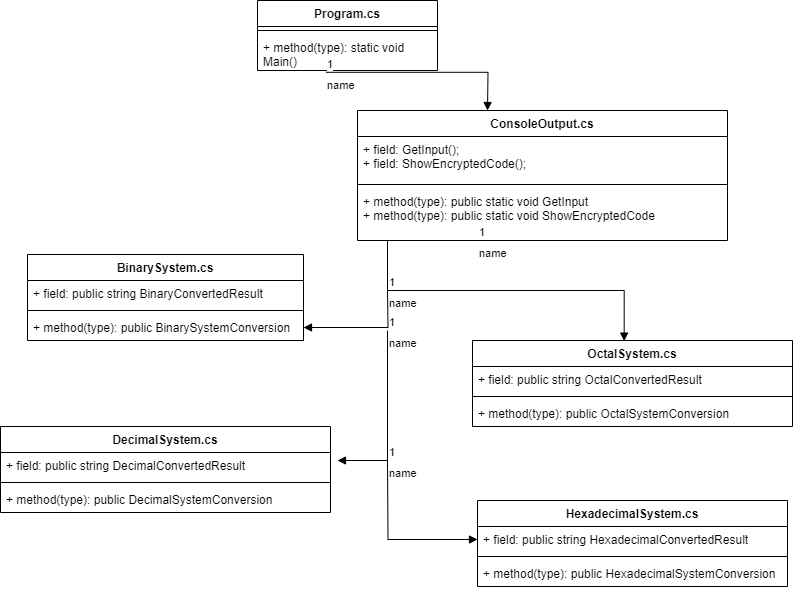
This is dif-codesystem-code-classdiagram.png from ronjanita/dif-codesystems-code, a draw.io export, as it was before one commit. Source tidied: cells renumbered, new cells last; positions are measured from the earlier drawing's top-left corner, leaving out a move shared by most shapes. Source of this version:
```xml
<mxGraphModel>
  <root>
    <mxCell id="0" />
    <mxCell id="1" parent="0" />
    <mxCell id="2" value="Program.cs" style="swimlane;fontStyle=1;align=center;verticalAlign=top;horizontal=1;startSize=26;whiteSpace=wrap;html=1;" parent="1" vertex="1">
      <mxGeometry x="257" width="180" height="70" as="geometry" />
    </mxCell>
    <mxCell id="3" style="line;strokeWidth=1;fillColor=none;align=left;verticalAlign=middle;spacingTop=-1;spacingLeft=3;spacingRight=3;labelPosition=right;strokeColor=inherit;" parent="2" vertex="1">
      <mxGeometry y="26" width="180" height="8" as="geometry" />
    </mxCell>
    <mxCell id="4" value="+ method(type): static void Main()" style="text;strokeColor=none;fillColor=none;align=left;verticalAlign=top;spacingLeft=4;spacingRight=4;overflow=hidden;points=[[0,0.5],[1,0.5]];portConstraint=eastwest;whiteSpace=wrap;html=1;" parent="2" vertex="1">
      <mxGeometry y="34" width="180" height="36" as="geometry" />
    </mxCell>
    <mxCell id="5" value="ConsoleOutput.cs" style="swimlane;fontStyle=1;align=center;verticalAlign=top;horizontal=1;startSize=26;whiteSpace=wrap;html=1;" parent="1" vertex="1">
      <mxGeometry x="357" y="110" width="370" height="130" as="geometry" />
    </mxCell>
    <mxCell id="6" value="+ field: GetInput();&amp;nbsp;&lt;div&gt;+ field: ShowEncryptedCode();&lt;/div&gt;" style="text;strokeColor=none;fillColor=none;align=left;verticalAlign=top;spacingLeft=4;spacingRight=4;overflow=hidden;whiteSpace=wrap;html=1;" parent="5" vertex="1">
      <mxGeometry y="26" width="370" height="44" as="geometry" />
    </mxCell>
    <mxCell id="7" style="line;strokeWidth=1;fillColor=none;align=left;verticalAlign=middle;spacingTop=-1;spacingLeft=3;spacingRight=3;labelPosition=right;strokeColor=inherit;" parent="5" vertex="1">
      <mxGeometry y="70" width="370" height="8" as="geometry" />
    </mxCell>
    <mxCell id="8" value="+ method(type): public static void GetInput&lt;div&gt;+ method(type): public static void ShowEncryptedCode&lt;/div&gt;" style="text;strokeColor=none;fillColor=none;align=left;verticalAlign=top;spacingLeft=4;spacingRight=4;overflow=hidden;points=[[0,0.5],[1,0.5]];portConstraint=eastwest;whiteSpace=wrap;html=1;" parent="5" vertex="1">
      <mxGeometry y="78" width="370" height="52" as="geometry" />
    </mxCell>
    <mxCell id="9" value="BinarySystem.cs" style="swimlane;fontStyle=1;align=center;verticalAlign=top;horizontal=1;startSize=26;whiteSpace=wrap;html=1;" parent="1" vertex="1">
      <mxGeometry x="27" y="254" width="276" height="86" as="geometry" />
    </mxCell>
    <mxCell id="10" value="+ field: public string BinaryConvertedResult" style="text;strokeColor=none;fillColor=none;align=left;verticalAlign=top;spacingLeft=4;spacingRight=4;overflow=hidden;whiteSpace=wrap;html=1;" parent="9" vertex="1">
      <mxGeometry y="26" width="276" height="26" as="geometry" />
    </mxCell>
    <mxCell id="11" style="line;strokeWidth=1;fillColor=none;align=left;verticalAlign=middle;spacingTop=-1;spacingLeft=3;spacingRight=3;labelPosition=right;strokeColor=inherit;" parent="9" vertex="1">
      <mxGeometry y="52" width="276" height="8" as="geometry" />
    </mxCell>
    <mxCell id="12" value="+ method(type): public BinarySystemConversion" style="text;strokeColor=none;fillColor=none;align=left;verticalAlign=top;spacingLeft=4;spacingRight=4;overflow=hidden;points=[[0,0.5],[1,0.5]];portConstraint=eastwest;whiteSpace=wrap;html=1;" parent="9" vertex="1">
      <mxGeometry y="60" width="276" height="26" as="geometry" />
    </mxCell>
    <mxCell id="13" value="OctalSystem.cs" style="swimlane;fontStyle=1;align=center;verticalAlign=top;horizontal=1;startSize=26;whiteSpace=wrap;html=1;" parent="1" vertex="1">
      <mxGeometry x="472" y="340" width="320" height="86" as="geometry" />
    </mxCell>
    <mxCell id="14" value="+ field: public string OctalConvertedResult" style="text;strokeColor=none;fillColor=none;align=left;verticalAlign=top;spacingLeft=4;spacingRight=4;overflow=hidden;whiteSpace=wrap;html=1;" parent="13" vertex="1">
      <mxGeometry y="26" width="320" height="26" as="geometry" />
    </mxCell>
    <mxCell id="15" style="line;strokeWidth=1;fillColor=none;align=left;verticalAlign=middle;spacingTop=-1;spacingLeft=3;spacingRight=3;labelPosition=right;strokeColor=inherit;" parent="13" vertex="1">
      <mxGeometry y="52" width="320" height="8" as="geometry" />
    </mxCell>
    <mxCell id="16" value="+ method(type): public OctalSystemConversion" style="text;strokeColor=none;fillColor=none;align=left;verticalAlign=top;spacingLeft=4;spacingRight=4;overflow=hidden;whiteSpace=wrap;html=1;" parent="13" vertex="1">
      <mxGeometry y="60" width="320" height="26" as="geometry" />
    </mxCell>
    <mxCell id="17" value="DecimalSystem.cs" style="swimlane;fontStyle=1;align=center;verticalAlign=top;horizontal=1;startSize=26;whiteSpace=wrap;html=1;" parent="1" vertex="1">
      <mxGeometry y="426" width="330" height="86" as="geometry" />
    </mxCell>
    <mxCell id="18" value="+ field: public string DecimalConvertedResult" style="text;strokeColor=none;fillColor=none;align=left;verticalAlign=top;spacingLeft=4;spacingRight=4;overflow=hidden;whiteSpace=wrap;html=1;" parent="17" vertex="1">
      <mxGeometry y="26" width="330" height="26" as="geometry" />
    </mxCell>
    <mxCell id="19" style="line;strokeWidth=1;fillColor=none;align=left;verticalAlign=middle;spacingTop=-1;spacingLeft=3;spacingRight=3;labelPosition=right;strokeColor=inherit;" parent="17" vertex="1">
      <mxGeometry y="52" width="330" height="8" as="geometry" />
    </mxCell>
    <mxCell id="20" value="+ method(type): public DecimalSystemConversion" style="text;strokeColor=none;fillColor=none;align=left;verticalAlign=top;spacingLeft=4;spacingRight=4;overflow=hidden;whiteSpace=wrap;html=1;" parent="17" vertex="1">
      <mxGeometry y="60" width="330" height="26" as="geometry" />
    </mxCell>
    <mxCell id="21" value="HexadecimalSystem.cs" style="swimlane;fontStyle=1;align=center;verticalAlign=top;horizontal=1;startSize=26;whiteSpace=wrap;html=1;" parent="1" vertex="1">
      <mxGeometry x="477" y="500" width="310" height="86" as="geometry" />
    </mxCell>
    <mxCell id="22" value="+ field: public string HexadecimalConvertedResult" style="text;strokeColor=none;fillColor=none;align=left;verticalAlign=top;spacingLeft=4;spacingRight=4;overflow=hidden;points=[[0,0.5],[1,0.5]];portConstraint=eastwest;whiteSpace=wrap;html=1;" parent="21" vertex="1">
      <mxGeometry y="26" width="310" height="26" as="geometry" />
    </mxCell>
    <mxCell id="23" style="line;strokeWidth=1;fillColor=none;align=left;verticalAlign=middle;spacingTop=-1;spacingLeft=3;spacingRight=3;labelPosition=right;strokeColor=inherit;" parent="21" vertex="1">
      <mxGeometry y="52" width="310" height="8" as="geometry" />
    </mxCell>
    <mxCell id="24" value="+ method(type): public HexadecimalSystemConversion" style="text;strokeColor=none;fillColor=none;align=left;verticalAlign=top;spacingLeft=4;spacingRight=4;overflow=hidden;whiteSpace=wrap;html=1;" parent="21" vertex="1">
      <mxGeometry y="60" width="310" height="26" as="geometry" />
    </mxCell>
    <mxCell id="25" value="name" style="endArrow=block;endFill=1;html=1;edgeStyle=orthogonalEdgeStyle;align=left;verticalAlign=top;rounded=0;exitX=0.38;exitY=1.05;exitDx=0;exitDy=0;exitPerimeter=0;" parent="1" edge="1" source="4">
      <mxGeometry x="-1" relative="1" as="geometry">
        <mxPoint x="487" y="110" as="targetPoint" />
      </mxGeometry>
    </mxCell>
    <mxCell id="26" value="1" style="edgeLabel;html=1;align=left;verticalAlign=bottom;" parent="25" vertex="1">
      <mxGeometry x="-1" relative="1" as="geometry" />
    </mxCell>
    <mxCell id="27" value="name" style="endArrow=block;endFill=1;html=1;edgeStyle=orthogonalEdgeStyle;align=left;verticalAlign=top;rounded=0;exitX=0.324;exitY=1;exitDx=0;exitDy=0;exitPerimeter=0;entryX=0.474;entryY=0.007;entryDx=0;entryDy=0;entryPerimeter=0;" parent="1" edge="1" source="8" target="13">
      <mxGeometry x="-1" relative="1" as="geometry">
        <Array as="points">
          <mxPoint x="387" y="240" />
          <mxPoint x="387" y="290" />
          <mxPoint x="624" y="290" />
        </Array>
      </mxGeometry>
    </mxCell>
    <mxCell id="28" value="1" style="edgeLabel;html=1;align=left;verticalAlign=bottom;" parent="27" vertex="1">
      <mxGeometry x="-1" relative="1" as="geometry" />
    </mxCell>
    <mxCell id="29" value="name" style="endArrow=block;endFill=1;html=1;edgeStyle=orthogonalEdgeStyle;align=left;verticalAlign=top;rounded=0;" parent="1" edge="1" target="12">
      <mxGeometry x="-1" relative="1" as="geometry">
        <mxPoint x="387" y="290" as="sourcePoint" />
      </mxGeometry>
    </mxCell>
    <mxCell id="30" value="1" style="edgeLabel;html=1;align=left;verticalAlign=bottom;" parent="29" vertex="1">
      <mxGeometry x="-1" relative="1" as="geometry" />
    </mxCell>
    <mxCell id="31" value="name" style="endArrow=block;endFill=1;html=1;edgeStyle=orthogonalEdgeStyle;align=left;verticalAlign=top;rounded=0;" parent="1" edge="1">
      <mxGeometry x="-1" relative="1" as="geometry">
        <mxPoint x="387" y="330" as="sourcePoint" />
        <mxPoint x="337" y="460" as="targetPoint" />
        <Array as="points">
          <mxPoint x="387" y="460" />
        </Array>
      </mxGeometry>
    </mxCell>
    <mxCell id="32" value="1" style="edgeLabel;html=1;align=left;verticalAlign=bottom;" parent="31" vertex="1">
      <mxGeometry x="-1" relative="1" as="geometry" />
    </mxCell>
    <mxCell id="33" value="name" style="endArrow=block;endFill=1;html=1;edgeStyle=orthogonalEdgeStyle;align=left;verticalAlign=top;rounded=0;entryX=0;entryY=0.5;entryDx=0;entryDy=0;" parent="1" edge="1" target="22">
      <mxGeometry x="-1" relative="1" as="geometry">
        <mxPoint x="387" y="460" as="sourcePoint" />
      </mxGeometry>
    </mxCell>
    <mxCell id="34" value="1" style="edgeLabel;html=1;align=left;verticalAlign=bottom;" parent="33" vertex="1">
      <mxGeometry x="-1" relative="1" as="geometry" />
    </mxCell>
  </root>
</mxGraphModel>
```
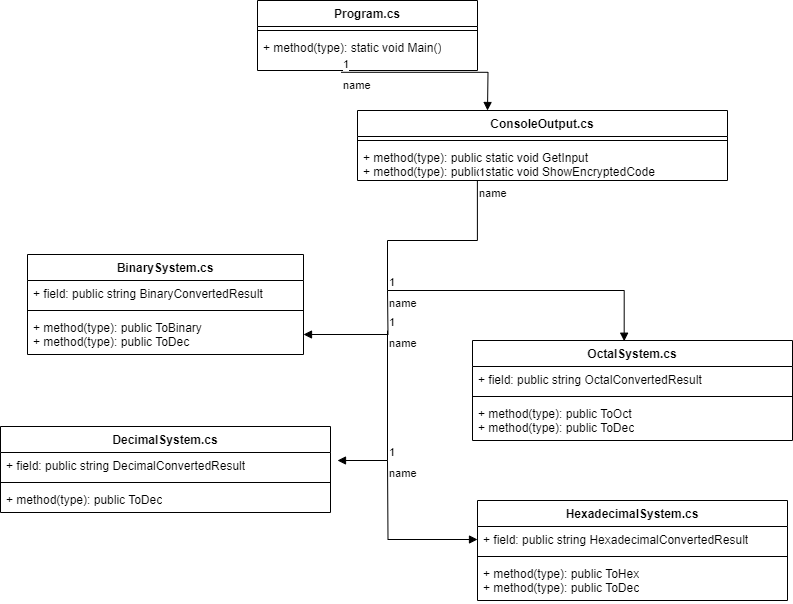
The same file after the commit.

What changed in the source:
```diff
@@ -3,28 +3,25 @@
     <mxCell id="0" />
     <mxCell id="1" parent="0" />
     <mxCell id="2" value="Program.cs" style="swimlane;fontStyle=1;align=center;verticalAlign=top;horizontal=1;startSize=26;whiteSpace=wrap;html=1;" parent="1" vertex="1">
-      <mxGeometry x="257" width="180" height="70" as="geometry" />
+      <mxGeometry x="257" width="220" height="70" as="geometry" />
     </mxCell>
     <mxCell id="3" style="line;strokeWidth=1;fillColor=none;align=left;verticalAlign=middle;spacingTop=-1;spacingLeft=3;spacingRight=3;labelPosition=right;strokeColor=inherit;" parent="2" vertex="1">
-      <mxGeometry y="26" width="180" height="8" as="geometry" />
+      <mxGeometry y="26" width="220" height="8" as="geometry" />
     </mxCell>
     <mxCell id="4" value="+ method(type): static void Main()" style="text;strokeColor=none;fillColor=none;align=left;verticalAlign=top;spacingLeft=4;spacingRight=4;overflow=hidden;points=[[0,0.5],[1,0.5]];portConstraint=eastwest;whiteSpace=wrap;html=1;" parent="2" vertex="1">
-      <mxGeometry y="34" width="180" height="36" as="geometry" />
+      <mxGeometry y="34" width="220" height="36" as="geometry" />
     </mxCell>
     <mxCell id="5" value="ConsoleOutput.cs" style="swimlane;fontStyle=1;align=center;verticalAlign=top;horizontal=1;startSize=26;whiteSpace=wrap;html=1;" parent="1" vertex="1">
-      <mxGeometry x="357" y="110" width="370" height="130" as="geometry" />
+      <mxGeometry x="357" y="110" width="370" height="70" as="geometry" />
     </mxCell>
-    <mxCell id="6" value="+ field: GetInput();&amp;nbsp;&lt;div&gt;+ field: ShowEncryptedCode();&lt;/div&gt;" style="text;strokeColor=none;fillColor=none;align=left;verticalAlign=top;spacingLeft=4;spacingRight=4;overflow=hidden;whiteSpace=wrap;html=1;" parent="5" vertex="1">
-      <mxGeometry y="26" width="370" height="44" as="geometry" />
-    </mxCell>
     <mxCell id="7" style="line;strokeWidth=1;fillColor=none;align=left;verticalAlign=middle;spacingTop=-1;spacingLeft=3;spacingRight=3;labelPosition=right;strokeColor=inherit;" parent="5" vertex="1">
-      <mxGeometry y="70" width="370" height="8" as="geometry" />
+      <mxGeometry y="26" width="370" height="8" as="geometry" />
     </mxCell>
     <mxCell id="8" value="+ method(type): public static void GetInput&lt;div&gt;+ method(type): public static void ShowEncryptedCode&lt;/div&gt;" style="text;strokeColor=none;fillColor=none;align=left;verticalAlign=top;spacingLeft=4;spacingRight=4;overflow=hidden;points=[[0,0.5],[1,0.5]];portConstraint=eastwest;whiteSpace=wrap;html=1;" parent="5" vertex="1">
-      <mxGeometry y="78" width="370" height="52" as="geometry" />
+      <mxGeometry y="34" width="370" height="36" as="geometry" />
     </mxCell>
     <mxCell id="9" value="BinarySystem.cs" style="swimlane;fontStyle=1;align=center;verticalAlign=top;horizontal=1;startSize=26;whiteSpace=wrap;html=1;" parent="1" vertex="1">
-      <mxGeometry x="27" y="254" width="276" height="86" as="geometry" />
+      <mxGeometry x="27" y="254" width="276" height="100" as="geometry" />
     </mxCell>
     <mxCell id="10" value="+ field: public string BinaryConvertedResult" style="text;strokeColor=none;fillColor=none;align=left;verticalAlign=top;spacingLeft=4;spacingRight=4;overflow=hidden;whiteSpace=wrap;html=1;" parent="9" vertex="1">
       <mxGeometry y="26" width="276" height="26" as="geometry" />
@@ -32,11 +29,11 @@
     <mxCell id="11" style="line;strokeWidth=1;fillColor=none;align=left;verticalAlign=middle;spacingTop=-1;spacingLeft=3;spacingRight=3;labelPosition=right;strokeColor=inherit;" parent="9" vertex="1">
       <mxGeometry y="52" width="276" height="8" as="geometry" />
     </mxCell>
-    <mxCell id="12" value="+ method(type): public BinarySystemConversion" style="text;strokeColor=none;fillColor=none;align=left;verticalAlign=top;spacingLeft=4;spacingRight=4;overflow=hidden;points=[[0,0.5],[1,0.5]];portConstraint=eastwest;whiteSpace=wrap;html=1;" parent="9" vertex="1">
-      <mxGeometry y="60" width="276" height="26" as="geometry" />
+    <mxCell id="12" value="+ method(type): public ToBinary&lt;div&gt;+ method(type): public ToDec&lt;br&gt;&lt;div&gt;&lt;br&gt;&lt;/div&gt;&lt;/div&gt;" style="text;strokeColor=none;fillColor=none;align=left;verticalAlign=top;spacingLeft=4;spacingRight=4;overflow=hidden;points=[[0,0.5],[1,0.5]];portConstraint=eastwest;whiteSpace=wrap;html=1;" parent="9" vertex="1">
+      <mxGeometry y="60" width="276" height="40" as="geometry" />
     </mxCell>
     <mxCell id="13" value="OctalSystem.cs" style="swimlane;fontStyle=1;align=center;verticalAlign=top;horizontal=1;startSize=26;whiteSpace=wrap;html=1;" parent="1" vertex="1">
-      <mxGeometry x="472" y="340" width="320" height="86" as="geometry" />
+      <mxGeometry x="472" y="340" width="320" height="100" as="geometry" />
     </mxCell>
     <mxCell id="14" value="+ field: public string OctalConvertedResult" style="text;strokeColor=none;fillColor=none;align=left;verticalAlign=top;spacingLeft=4;spacingRight=4;overflow=hidden;whiteSpace=wrap;html=1;" parent="13" vertex="1">
       <mxGeometry y="26" width="320" height="26" as="geometry" />
@@ -44,8 +41,8 @@
     <mxCell id="15" style="line;strokeWidth=1;fillColor=none;align=left;verticalAlign=middle;spacingTop=-1;spacingLeft=3;spacingRight=3;labelPosition=right;strokeColor=inherit;" parent="13" vertex="1">
       <mxGeometry y="52" width="320" height="8" as="geometry" />
     </mxCell>
-    <mxCell id="16" value="+ method(type): public OctalSystemConversion" style="text;strokeColor=none;fillColor=none;align=left;verticalAlign=top;spacingLeft=4;spacingRight=4;overflow=hidden;whiteSpace=wrap;html=1;" parent="13" vertex="1">
-      <mxGeometry y="60" width="320" height="26" as="geometry" />
+    <mxCell id="16" value="+ method(type): public ToOct&lt;div&gt;+ method(type): public ToDec&lt;/div&gt;" style="text;strokeColor=none;fillColor=none;align=left;verticalAlign=top;spacingLeft=4;spacingRight=4;overflow=hidden;whiteSpace=wrap;html=1;" parent="13" vertex="1">
+      <mxGeometry y="60" width="320" height="40" as="geometry" />
     </mxCell>
     <mxCell id="17" value="DecimalSystem.cs" style="swimlane;fontStyle=1;align=center;verticalAlign=top;horizontal=1;startSize=26;whiteSpace=wrap;html=1;" parent="1" vertex="1">
       <mxGeometry y="426" width="330" height="86" as="geometry" />
@@ -56,11 +53,11 @@
     <mxCell id="19" style="line;strokeWidth=1;fillColor=none;align=left;verticalAlign=middle;spacingTop=-1;spacingLeft=3;spacingRight=3;labelPosition=right;strokeColor=inherit;" parent="17" vertex="1">
       <mxGeometry y="52" width="330" height="8" as="geometry" />
     </mxCell>
-    <mxCell id="20" value="+ method(type): public DecimalSystemConversion" style="text;strokeColor=none;fillColor=none;align=left;verticalAlign=top;spacingLeft=4;spacingRight=4;overflow=hidden;whiteSpace=wrap;html=1;" parent="17" vertex="1">
+    <mxCell id="20" value="+ method(type): public ToDec" style="text;strokeColor=none;fillColor=none;align=left;verticalAlign=top;spacingLeft=4;spacingRight=4;overflow=hidden;whiteSpace=wrap;html=1;" parent="17" vertex="1">
       <mxGeometry y="60" width="330" height="26" as="geometry" />
     </mxCell>
     <mxCell id="21" value="HexadecimalSystem.cs" style="swimlane;fontStyle=1;align=center;verticalAlign=top;horizontal=1;startSize=26;whiteSpace=wrap;html=1;" parent="1" vertex="1">
-      <mxGeometry x="477" y="500" width="310" height="86" as="geometry" />
+      <mxGeometry x="477" y="500" width="310" height="100" as="geometry" />
     </mxCell>
     <mxCell id="22" value="+ field: public string HexadecimalConvertedResult" style="text;strokeColor=none;fillColor=none;align=left;verticalAlign=top;spacingLeft=4;spacingRight=4;overflow=hidden;points=[[0,0.5],[1,0.5]];portConstraint=eastwest;whiteSpace=wrap;html=1;" parent="21" vertex="1">
       <mxGeometry y="26" width="310" height="26" as="geometry" />
@@ -68,8 +65,8 @@
     <mxCell id="23" style="line;strokeWidth=1;fillColor=none;align=left;verticalAlign=middle;spacingTop=-1;spacingLeft=3;spacingRight=3;labelPosition=right;strokeColor=inherit;" parent="21" vertex="1">
       <mxGeometry y="52" width="310" height="8" as="geometry" />
     </mxCell>
-    <mxCell id="24" value="+ method(type): public HexadecimalSystemConversion" style="text;strokeColor=none;fillColor=none;align=left;verticalAlign=top;spacingLeft=4;spacingRight=4;overflow=hidden;whiteSpace=wrap;html=1;" parent="21" vertex="1">
-      <mxGeometry y="60" width="310" height="26" as="geometry" />
+    <mxCell id="24" value="+ method(type): public ToHex&lt;div&gt;+ method(type): public ToDec&lt;/div&gt;" style="text;strokeColor=none;fillColor=none;align=left;verticalAlign=top;spacingLeft=4;spacingRight=4;overflow=hidden;whiteSpace=wrap;html=1;" parent="21" vertex="1">
+      <mxGeometry y="60" width="310" height="40" as="geometry" />
     </mxCell>
     <mxCell id="25" value="name" style="endArrow=block;endFill=1;html=1;edgeStyle=orthogonalEdgeStyle;align=left;verticalAlign=top;rounded=0;exitX=0.38;exitY=1.05;exitDx=0;exitDy=0;exitPerimeter=0;" parent="1" edge="1" source="4">
       <mxGeometry x="-1" relative="1" as="geometry">
```
